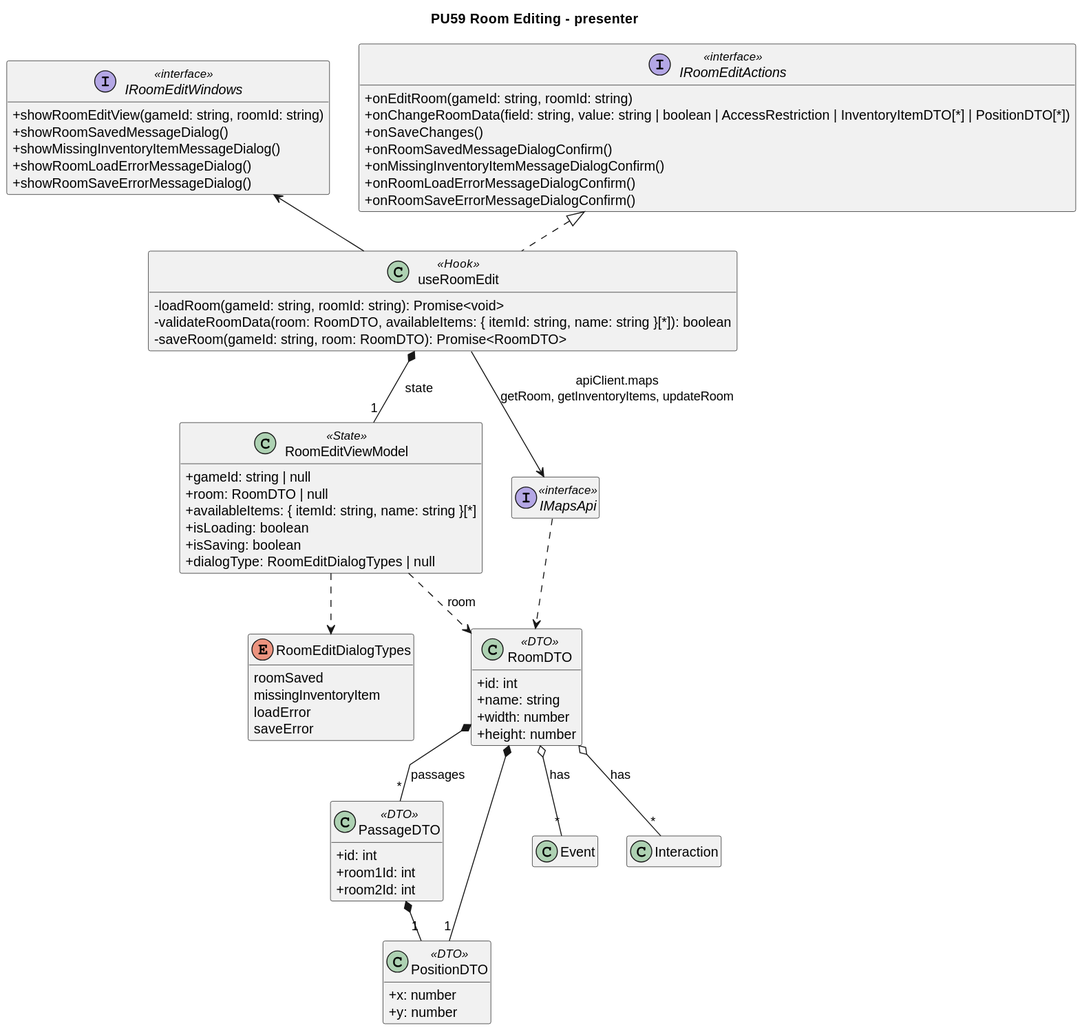
The PlantUML diagram diagrams/frontend/rendered/room-edit-presenter.svg in Igor-Ochocki/POP-2026Z, before a commit.
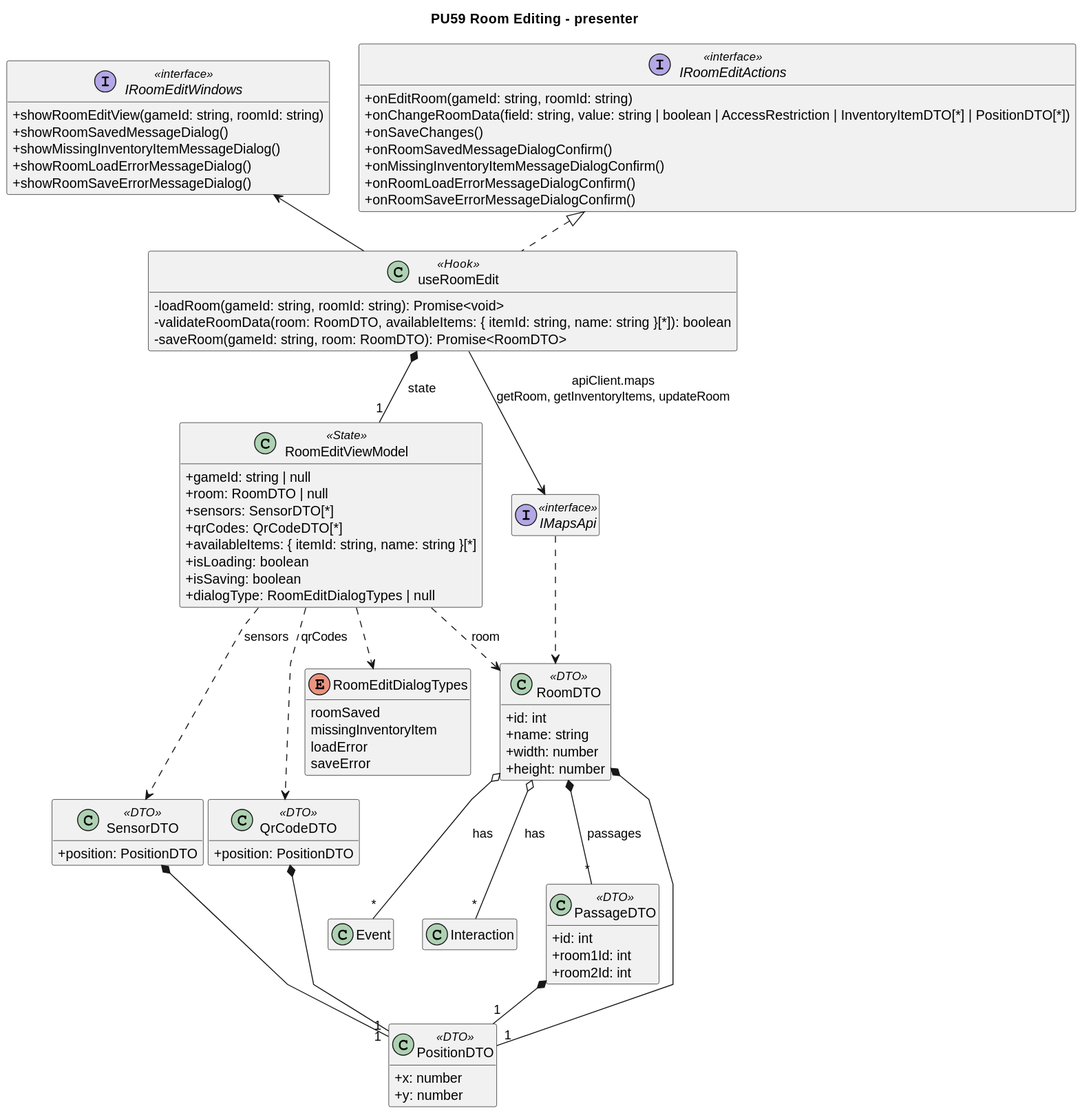
The same file after the commit.

Commit message:
PU59/diag: dodanie sensorów i qr

What changed in the source:
```diff
@@ -37,6 +37,8 @@
 class RoomEditViewModel <<State>> {
     + gameId: string | null
     + room: RoomDTO | null
+    + sensors: SensorDTO[*]
+    + qrCodes: QrCodeDTO[*]
     + availableItems: { itemId: string, name: string }[*]
     + isLoading: boolean
     + isSaving: boolean
@@ -48,6 +50,14 @@
     + name: string
     + width: number
     + height: number
+}
+
+class SensorDTO <<DTO>> {
+    + position: PositionDTO
+}
+
+class QrCodeDTO <<DTO>> {
+    + position: PositionDTO
 }
 
 class PassageDTO <<DTO>> {
@@ -74,12 +84,16 @@
 useRoomEdit -u-> IRoomEditWindows
 useRoomEdit *-- "1" RoomEditViewModel : state
 RoomEditViewModel ..> RoomDTO : room
+RoomEditViewModel ..> SensorDTO : sensors
+RoomEditViewModel ..> QrCodeDTO : qrCodes
 RoomEditViewModel ..> RoomEditDialogTypes
 useRoomEdit --> IMapsApi : apiClient.maps\ngetRoom, getInventoryItems, updateRoom
 IMapsApi ..> RoomDTO
 RoomDTO *-- "*" PassageDTO : passages
 RoomDTO *-- "1" PositionDTO
 PassageDTO *-- "1" PositionDTO
+SensorDTO *-- "1" PositionDTO
+QrCodeDTO *-- "1" PositionDTO
 
 class Event
 class Interaction
```
